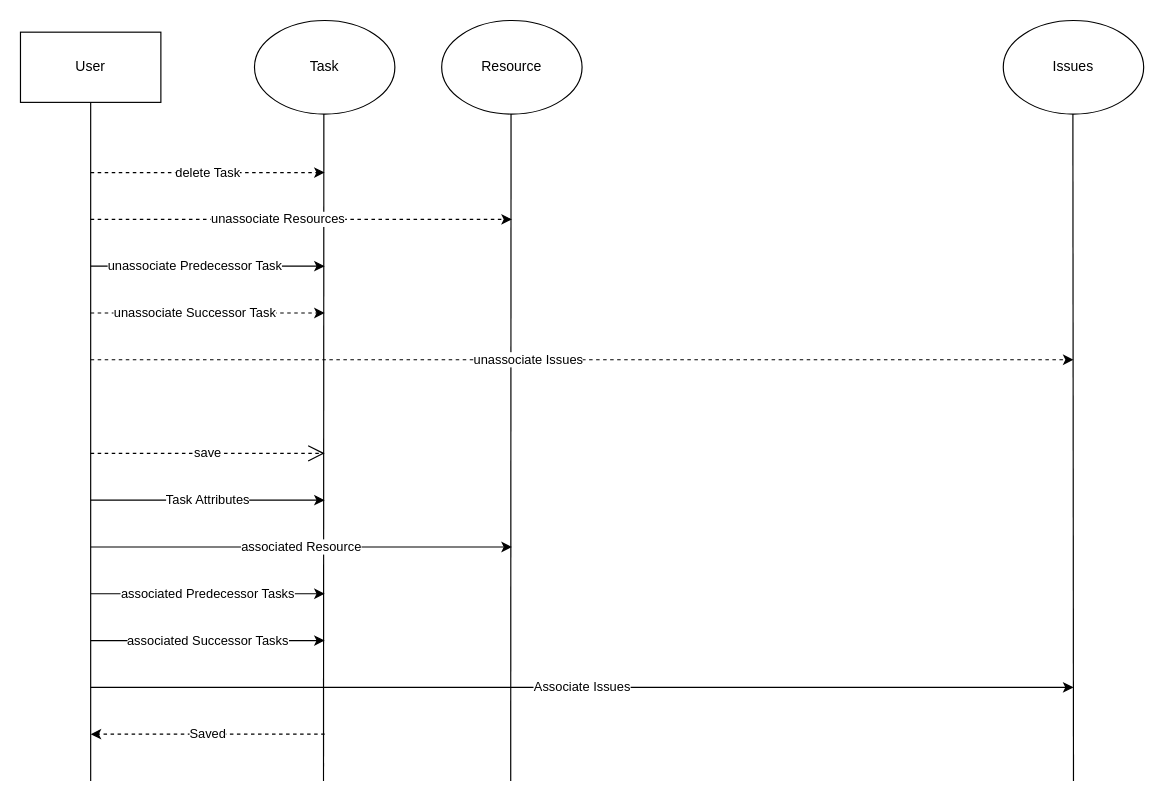
alicebalayan/comp380---project3 keeps this draw.io diagram as diagrams/delete Task.drawio. Above is the earlier version. Source tidied: cells renumbered, new cells numbered last; positions are measured from the earlier drawing's top-left corner, leaving out a move shared by most shapes. Both pictures are drawn from the tidied source at 117%, with x=0, y=0 at pixel (20, 20).
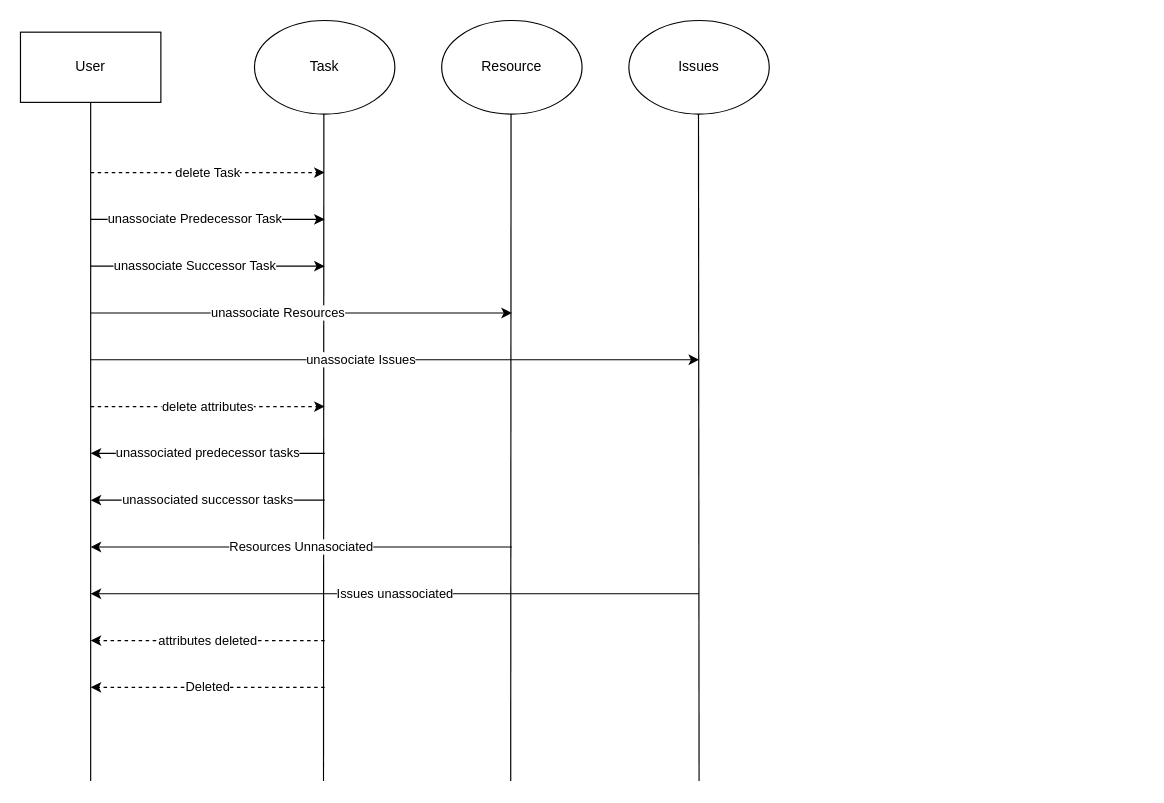
The same diagram, later.

Change to the diagram source:
```diff
@@
     <mxCell id="8" value="Issues" style="ellipse;whiteSpace=wrap;html=1;" parent="1" vertex="1">
-      <mxGeometry x="840" width="120" height="80" as="geometry" />
+      <mxGeometry x="520" width="120" height="80" as="geometry" />
     </mxCell>
     <mxCell id="9" style="endArrow=none;html=1;entryX=0.5;entryY=1;entryDx=0;entryDy=0;" parent="1" edge="1">
       <mxGeometry relative="1" as="geometry">
-        <mxPoint x="900" y="650" as="sourcePoint" />
-        <mxPoint x="899.5" y="80" as="targetPoint" />
+        <mxPoint x="580" y="650" as="sourcePoint" />
+        <mxPoint x="579.5" y="80" as="targetPoint" />
       </mxGeometry>
     </mxCell>
@@
-    <mxCell id="11" value="unassociate Resources" style="endArrow=classic;html=1;dashed=1;" parent="1" edge="1">
+    <mxCell id="11" value="unassociate Resources" style="endArrow=classic;html=1;" parent="1" edge="1">
       <mxGeometry x="-0.11" relative="1" as="geometry">
-        <mxPoint x="60" y="170" as="sourcePoint" />
-        <mxPoint x="420" y="170" as="targetPoint" />
+        <mxPoint x="60" y="250" as="sourcePoint" />
+        <mxPoint x="420" y="250" as="targetPoint" />
       </mxGeometry>
     </mxCell>
     <mxCell id="12" value="unassociate Predecessor Task" style="endArrow=classic;html=1;" parent="1" edge="1">
       <mxGeometry x="-0.11" relative="1" as="geometry">
-        <mxPoint x="60" y="210" as="sourcePoint" />
-        <mxPoint x="260" y="210" as="targetPoint" />
+        <mxPoint x="60" y="170" as="sourcePoint" />
+        <mxPoint x="260" y="170" as="targetPoint" />
       </mxGeometry>
     </mxCell>
-    <mxCell id="13" value="unassociate Successor Task" style="endArrow=classic;html=1;dashed=1;" parent="1" edge="1">
+    <mxCell id="13" value="unassociate Successor Task" style="endArrow=classic;html=1;" parent="1" edge="1">
       <mxGeometry x="-0.11" relative="1" as="geometry">
-        <mxPoint x="60" y="250" as="sourcePoint" />
-        <mxPoint x="260" y="250" as="targetPoint" />
+        <mxPoint x="60" y="210" as="sourcePoint" />
+        <mxPoint x="260" y="210" as="targetPoint" />
       </mxGeometry>
     </mxCell>
-    <mxCell id="14" value="unassociate Issues" style="endArrow=classic;dashed=1;html=1;" parent="1" edge="1">
+    <mxCell id="14" value="unassociate Issues" style="endArrow=classic;html=1;" parent="1" edge="1">
       <mxGeometry x="-0.11" relative="1" as="geometry">
         <mxPoint x="60" y="290" as="sourcePoint" />
-        <mxPoint x="900" y="290" as="targetPoint" />
+        <mxPoint x="580" y="290" as="targetPoint" />
       </mxGeometry>
     </mxCell>
-    <mxCell id="15" value="save" style="endArrow=open;endSize=12;dashed=1;html=1;" parent="1" edge="1">
+    <mxCell id="15" value="delete attributes" style="endArrow=classic;dashed=1;html=1;" parent="1" edge="1">
       <mxGeometry relative="1" as="geometry">
-        <mxPoint x="60" y="370" as="sourcePoint" />
-        <mxPoint x="260" y="370" as="targetPoint" />
+        <mxPoint x="60" y="330" as="sourcePoint" />
+        <mxPoint x="260" y="330" as="targetPoint" />
         <Array as="points">
-          <mxPoint x="160" y="370" />
+          <mxPoint x="160" y="330" />
         </Array>
       </mxGeometry>
     </mxCell>
-    <mxCell id="16" value="Task Attributes" style="endArrow=classic;html=1;" parent="1" edge="1">
+    <mxCell id="16" value="attributes deleted" style="endArrow=classic;html=1;dashed=1;" parent="1" edge="1">
       <mxGeometry relative="1" as="geometry">
-        <mxPoint x="60" y="410" as="sourcePoint" />
-        <mxPoint x="260" y="410" as="targetPoint" />
+        <mxPoint x="260" y="530" as="sourcePoint" />
+        <mxPoint x="60" y="530" as="targetPoint" />
       </mxGeometry>
     </mxCell>
-    <mxCell id="17" value="associated Resource" style="endArrow=classic;html=1;" parent="1" edge="1">
+    <mxCell id="17" value="Resources Unnasociated" style="endArrow=classic;html=1;" parent="1" edge="1">
       <mxGeometry relative="1" as="geometry">
-        <mxPoint x="60" y="450" as="sourcePoint" />
-        <mxPoint x="420" y="450" as="targetPoint" />
+        <mxPoint x="420" y="450" as="sourcePoint" />
+        <mxPoint x="60" y="450" as="targetPoint" />
       </mxGeometry>
     </mxCell>
-    <mxCell id="18" value="associated Predecessor Tasks" style="endArrow=classic;html=1;" parent="1" edge="1">
+    <mxCell id="18" value="unassociated predecessor tasks" style="endArrow=classic;html=1;" parent="1" edge="1">
       <mxGeometry relative="1" as="geometry">
-        <mxPoint x="60" y="490" as="sourcePoint" />
-        <mxPoint x="260" y="490" as="targetPoint" />
+        <mxPoint x="260" y="370" as="sourcePoint" />
+        <mxPoint x="60" y="370" as="targetPoint" />
       </mxGeometry>
     </mxCell>
-    <mxCell id="19" value="associated Successor Tasks" style="endArrow=classic;html=1;" parent="1" edge="1">
+    <mxCell id="19" value="unassociated successor tasks" style="endArrow=classic;html=1;" parent="1" edge="1">
       <mxGeometry relative="1" as="geometry">
-        <mxPoint x="60" y="530" as="sourcePoint" />
-        <mxPoint x="260" y="530" as="targetPoint" />
+        <mxPoint x="260" y="410" as="sourcePoint" />
+        <mxPoint x="60" y="410" as="targetPoint" />
       </mxGeometry>
     </mxCell>
-    <mxCell id="20" value="Associate Issues" style="endArrow=classic;html=1;" parent="1" edge="1">
+    <mxCell id="20" value="Issues unassociated" style="endArrow=classic;html=1;" parent="1" edge="1">
       <mxGeometry relative="1" as="geometry">
-        <mxPoint x="60" y="570" as="sourcePoint" />
-        <mxPoint x="900" y="570" as="targetPoint" />
+        <mxPoint x="580" y="490" as="sourcePoint" />
+        <mxPoint x="60" y="490" as="targetPoint" />
       </mxGeometry>
     </mxCell>
-    <mxCell id="21" value="Saved" style="endArrow=classic;dashed=1;html=1;" parent="1" edge="1">
+    <mxCell id="21" value="Deleted" style="endArrow=classic;dashed=1;html=1;" parent="1" edge="1">
       <mxGeometry relative="1" as="geometry">
-        <mxPoint x="260" y="610" as="sourcePoint" />
-        <mxPoint x="60" y="610" as="targetPoint" />
+        <mxPoint x="260" y="570" as="sourcePoint" />
+        <mxPoint x="60" y="570" as="targetPoint" />
       </mxGeometry>
     </mxCell>
```
